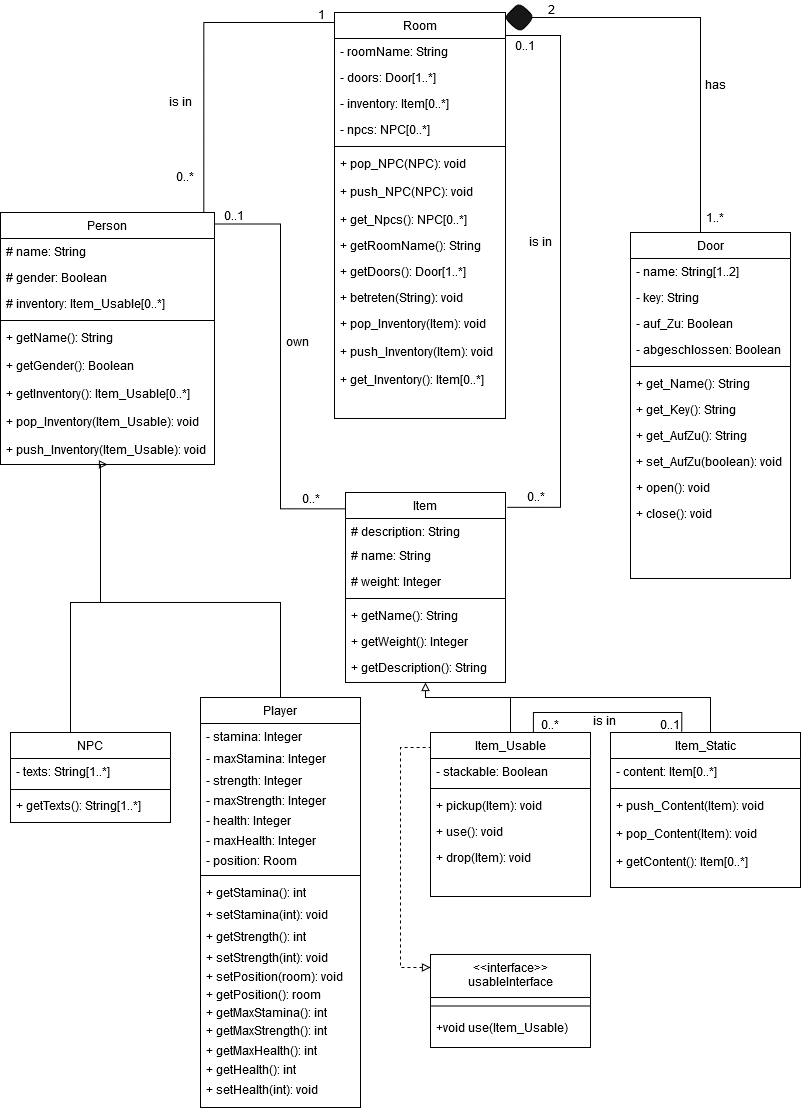
Earlier version of the draw.io export Klassendiagram.png (Elegond/AE-Text-Adventure). Source tidied: cells renumbered, new cells last; positions are measured from the earlier drawing's top-left corner, leaving out a move shared by most shapes.
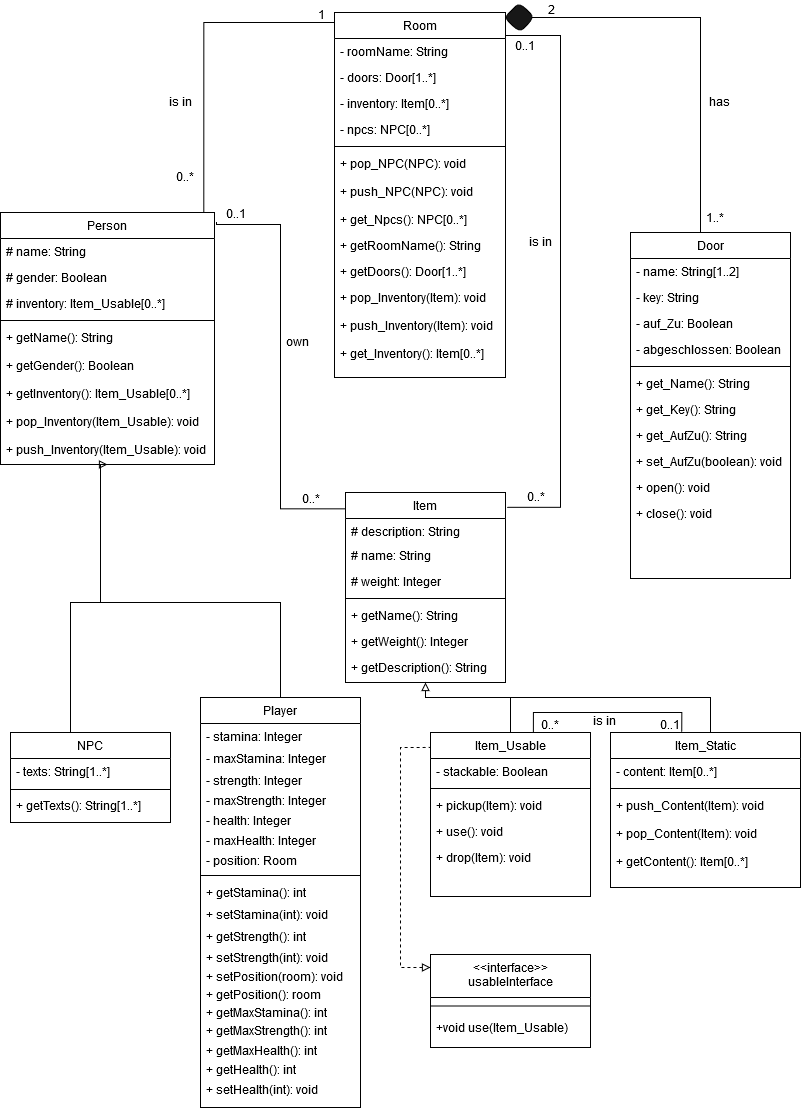
After the change.

The edit, as a diff of the source:
```diff
@@ -41,7 +41,7 @@
       <mxGeometry y="224" width="214" height="28" as="geometry" />
     </mxCell>
     <mxCell id="13" value="Room" style="swimlane;fontStyle=0;align=center;verticalAlign=top;horizontal=1;startSize=26;rounded=0;shadow=0;strokeWidth=1;" parent="1" vertex="1">
-      <mxGeometry x="334" y="12" width="171" height="406" as="geometry" />
+      <mxGeometry x="334" y="12" width="171" height="365" as="geometry" />
     </mxCell>
     <mxCell id="14" value="- roomName: String" style="text;align=left;verticalAlign=top;spacingLeft=4;spacingRight=4;overflow=hidden;" parent="13" vertex="1">
       <mxGeometry y="26" width="171" height="26" as="geometry" />
@@ -73,17 +73,14 @@
     <mxCell id="23" value="+ getDoors(): Door[1..*]" style="text;align=left;verticalAlign=top;spacingLeft=4;spacingRight=4;overflow=hidden;" parent="13" vertex="1">
       <mxGeometry y="246" width="171" height="26" as="geometry" />
     </mxCell>
-    <mxCell id="24" value="+ betreten(String): void" style="text;align=left;verticalAlign=top;spacingLeft=4;spacingRight=4;overflow=hidden;" parent="13" vertex="1">
-      <mxGeometry y="272" width="171" height="26" as="geometry" />
-    </mxCell>
     <mxCell id="25" value="+ pop_Inventory(Item): void" style="text;align=left;verticalAlign=top;spacingLeft=4;spacingRight=4;overflow=hidden;" parent="13" vertex="1">
-      <mxGeometry y="298" width="171" height="28" as="geometry" />
+      <mxGeometry y="272" width="171" height="28" as="geometry" />
     </mxCell>
     <mxCell id="26" value="+ push_Inventory(Item): void" style="text;align=left;verticalAlign=top;spacingLeft=4;spacingRight=4;overflow=hidden;" parent="13" vertex="1">
-      <mxGeometry y="326" width="171" height="28" as="geometry" />
+      <mxGeometry y="300" width="171" height="28" as="geometry" />
     </mxCell>
     <mxCell id="27" value="+ get_Inventory(): Item[0..*]" style="text;align=left;verticalAlign=top;spacingLeft=4;spacingRight=4;overflow=hidden;" parent="13" vertex="1">
-      <mxGeometry y="354" width="171" height="26" as="geometry" />
+      <mxGeometry y="328" width="171" height="26" as="geometry" />
     </mxCell>
     <mxCell id="28" style="edgeStyle=orthogonalEdgeStyle;rounded=0;jettySize=auto;html=1;entryX=0;entryY=1;entryDx=0;entryDy=0;endArrow=none;endFill=0;exitX=0.002;exitY=0.086;exitDx=0;exitDy=0;exitPerimeter=0;" parent="1" edge="1" source="29" target="73">
       <mxGeometry relative="1" as="geometry">
@@ -233,7 +230,7 @@
       <mxGeometry x="695" y="208" width="40" height="17" as="geometry" />
     </mxCell>
     <mxCell id="68" value="has" style="text;html=1;strokeColor=none;fillColor=none;align=center;verticalAlign=middle;whiteSpace=wrap;rounded=0;" parent="1" vertex="1">
-      <mxGeometry x="695" y="75" width="40" height="17" as="geometry" />
+      <mxGeometry x="699" y="92" width="40" height="17" as="geometry" />
     </mxCell>
     <mxCell id="69" value="own" style="text;html=1;strokeColor=none;fillColor=none;align=center;verticalAlign=middle;whiteSpace=wrap;rounded=0;" parent="1" vertex="1">
       <mxGeometry x="277" y="332" width="40" height="17" as="geometry" />
@@ -248,7 +245,7 @@
       <mxGeometry x="520" y="232" width="40" height="17" as="geometry" />
     </mxCell>
     <mxCell id="73" value="0..1" style="text;html=1;strokeColor=none;fillColor=none;align=center;verticalAlign=middle;whiteSpace=wrap;rounded=0;" parent="1" vertex="1">
-      <mxGeometry x="214" y="206.5" width="40" height="17" as="geometry" />
+      <mxGeometry x="216" y="204.5" width="40" height="17" as="geometry" />
     </mxCell>
     <mxCell id="74" value="0..*" style="text;html=1;strokeColor=none;fillColor=none;align=center;verticalAlign=middle;whiteSpace=wrap;rounded=0;" parent="1" vertex="1">
       <mxGeometry x="291" y="489" width="40" height="17" as="geometry" />
```
